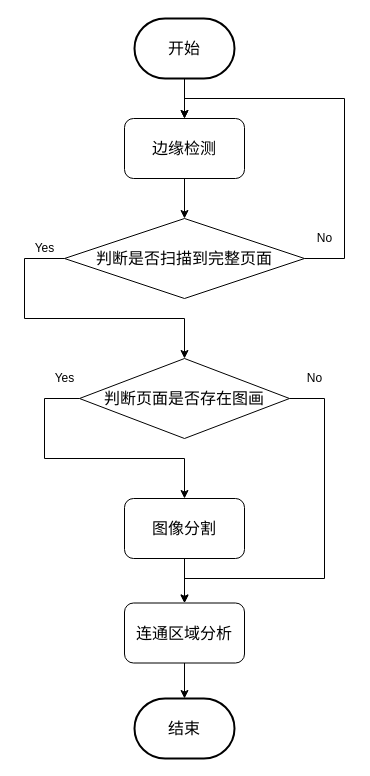
Above: OCR文本区域提取.drawio in yuxibiwin/draw (draw.io), before the change. Source tidied: cells renumbered, new cells numbered last; positions are measured from the earlier drawing's top-left corner, leaving out a move shared by most shapes. Both pictures are drawn from the tidied source at 100%, with x=0, y=0 at pixel (24, 18).
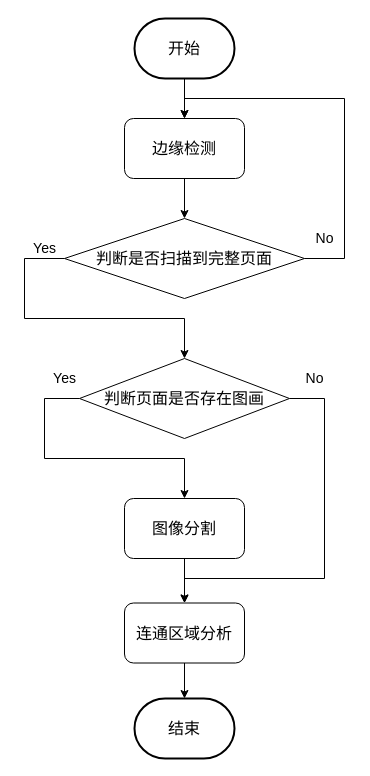
The same page after the edit.

Commit message (it also covers changes not shown here):
更新OCR文本区域提取.drawio

Diff of the diagram source:
```diff
@@
-    <mxCell id="17" value="Yes" style="text;html=1;align=center;verticalAlign=middle;strokeColor=none;fillColor=none;" parent="1" vertex="1">
-      <mxGeometry y="215" width="40" height="30" as="geometry" />
+    <mxCell id="17" value="Yes" style="text;html=1;align=center;verticalAlign=middle;strokeColor=none;fillColor=none;fontSize=14;" parent="1" vertex="1">
+      <mxGeometry x="-5" y="215" width="50" height="30" as="geometry" />
     </mxCell>
-    <mxCell id="18" value="No" style="text;html=1;align=center;verticalAlign=middle;strokeColor=none;fillColor=none;" parent="1" vertex="1">
+    <mxCell id="18" value="No" style="text;html=1;align=center;verticalAlign=middle;strokeColor=none;fillColor=none;fontSize=14;" parent="1" vertex="1">
       <mxGeometry x="280" y="205" width="40" height="30" as="geometry" />
     </mxCell>
-    <mxCell id="19" value="Yes" style="text;html=1;align=center;verticalAlign=middle;strokeColor=none;fillColor=none;" parent="1" vertex="1">
-      <mxGeometry x="20" y="345" width="40" height="30" as="geometry" />
+    <mxCell id="19" value="Yes" style="text;html=1;align=center;verticalAlign=middle;strokeColor=none;fillColor=none;fontSize=14;" parent="1" vertex="1">
+      <mxGeometry x="15" y="345" width="50" height="30" as="geometry" />
     </mxCell>
-    <mxCell id="20" value="No" style="text;html=1;align=center;verticalAlign=middle;strokeColor=none;fillColor=none;" parent="1" vertex="1">
+    <mxCell id="20" value="No" style="text;html=1;align=center;verticalAlign=middle;strokeColor=none;fillColor=none;fontSize=14;" parent="1" vertex="1">
       <mxGeometry x="270" y="345" width="40" height="30" as="geometry" />
     </mxCell>
```
